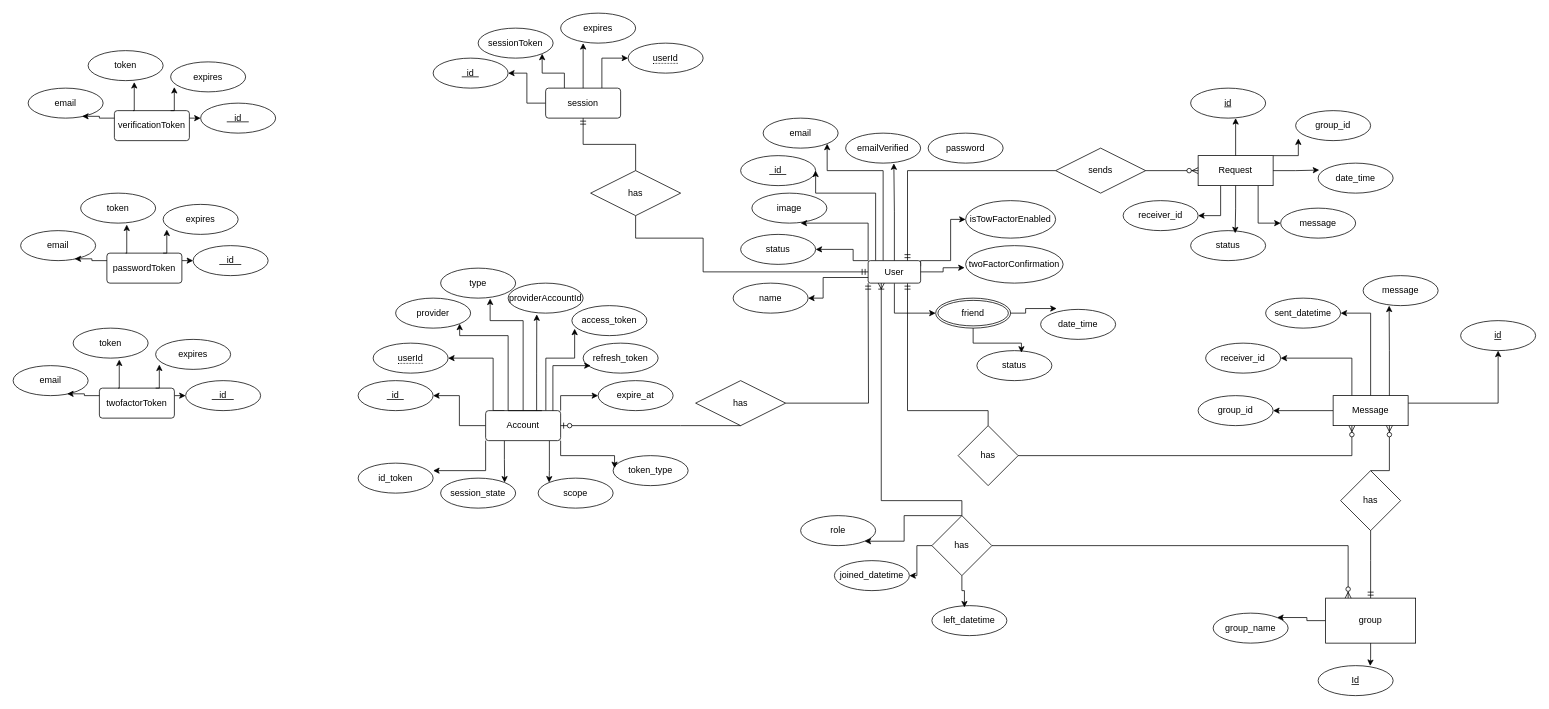
Above: projectFiles/ERd.drawio in janaka4345/chatroom2 (draw.io), before the change. Source tidied: cells renumbered, new cells numbered last; positions are measured from the earlier drawing's top-left corner, leaving out a move shared by most shapes. Both pictures are drawn from the tidied source at 75%, with x=0, y=0 at pixel (13, 13).
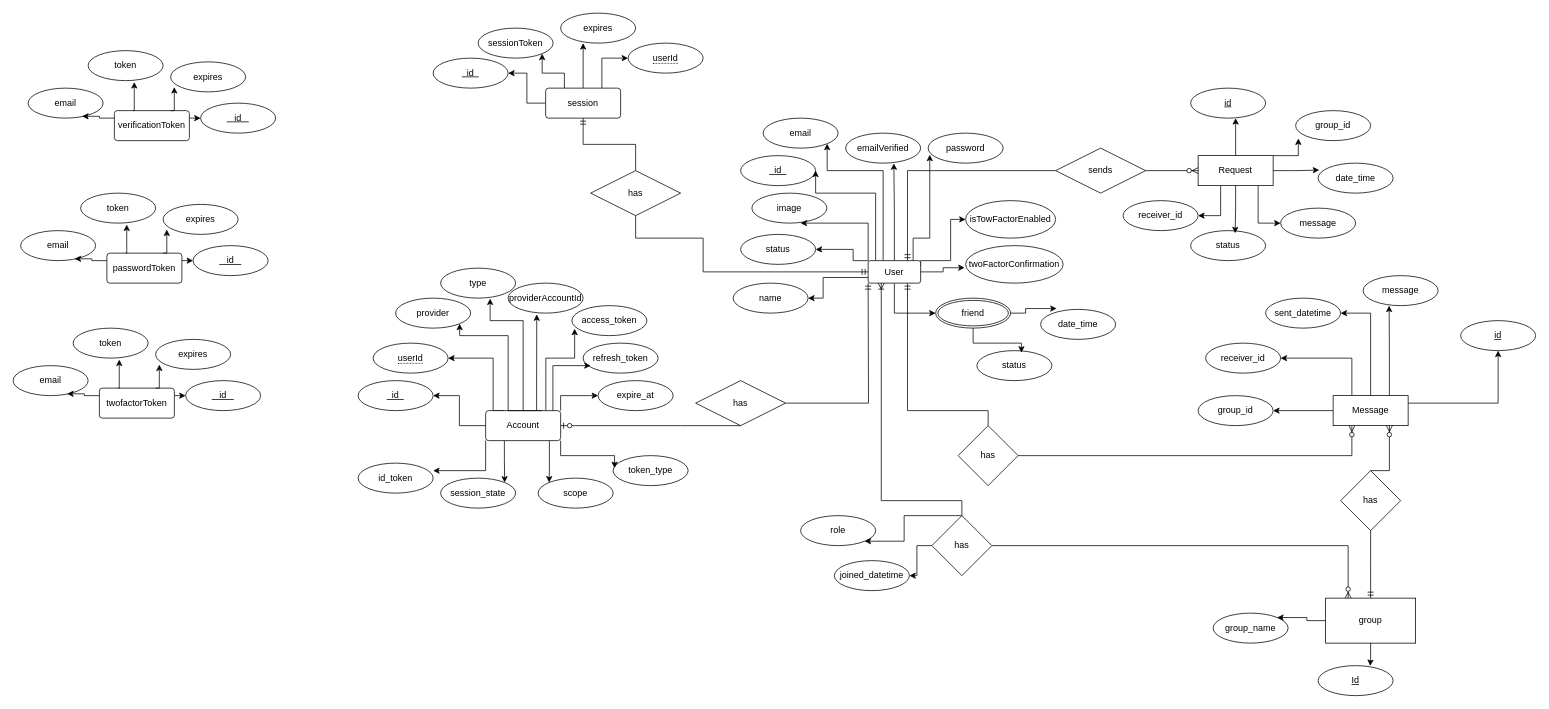
Above is the later version.

The change refers to these unchanged cells:
```xml
<mxCell id="55" value="User" style="rounded=1;arcSize=10;whiteSpace=wrap;html=1;align=center;" parent="1" vertex="1">
  <mxGeometry x="1140" y="330" width="70" height="30" as="geometry" />
</mxCell>
<mxCell id="58" value="password" style="ellipse;whiteSpace=wrap;html=1;align=center;" parent="1" vertex="1">
  <mxGeometry x="1220" y="160" width="100" height="40" as="geometry" />
</mxCell>
<mxCell id="116" value="has" style="rhombus;whiteSpace=wrap;html=1;" parent="1" vertex="1">
  <mxGeometry x="1225" y="670" width="80" height="80" as="geometry" />
</mxCell>
```

Diff of the diagram source:
```diff
@@
-    <mxCell id="108" value="left_datetime" style="ellipse;whiteSpace=wrap;html=1;align=center;" parent="1" vertex="1">
-      <mxGeometry x="1225" y="790" width="100" height="40" as="geometry" />
-    </mxCell>
@@
-    <mxCell id="117" style="edgeStyle=orthogonalEdgeStyle;rounded=0;jettySize=auto;html=1;entryX=0.434;entryY=0.061;entryDx=0;entryDy=0;entryPerimeter=0;" parent="1" edge="1" source="116" target="108">
-      <mxGeometry relative="1" as="geometry" />
-    </mxCell>
@@
+    <mxCell id="140" style="edgeStyle=orthogonalEdgeStyle;rounded=0;jettySize=auto;html=1;entryX=0.022;entryY=0.72;entryDx=0;entryDy=0;entryPerimeter=0;" parent="1" edge="1" source="55" target="58">
+      <mxGeometry relative="1" as="geometry">
+        <Array as="points">
+          <mxPoint x="1200" y="300" />
+          <mxPoint x="1222" y="300" />
+        </Array>
+      </mxGeometry>
+    </mxCell>
```
